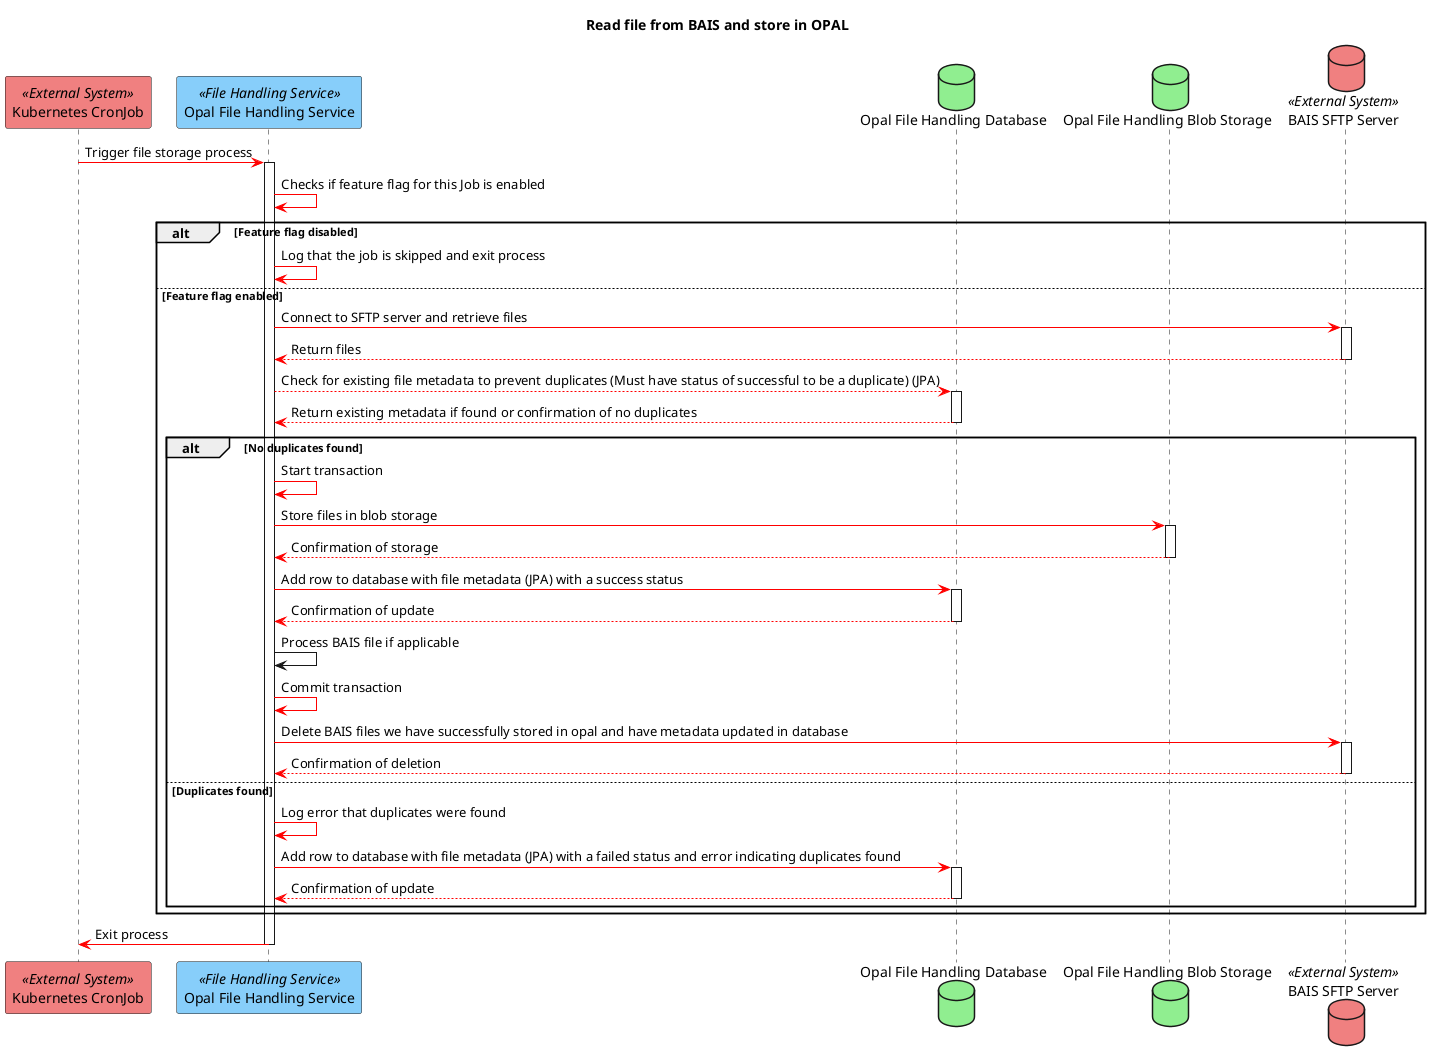
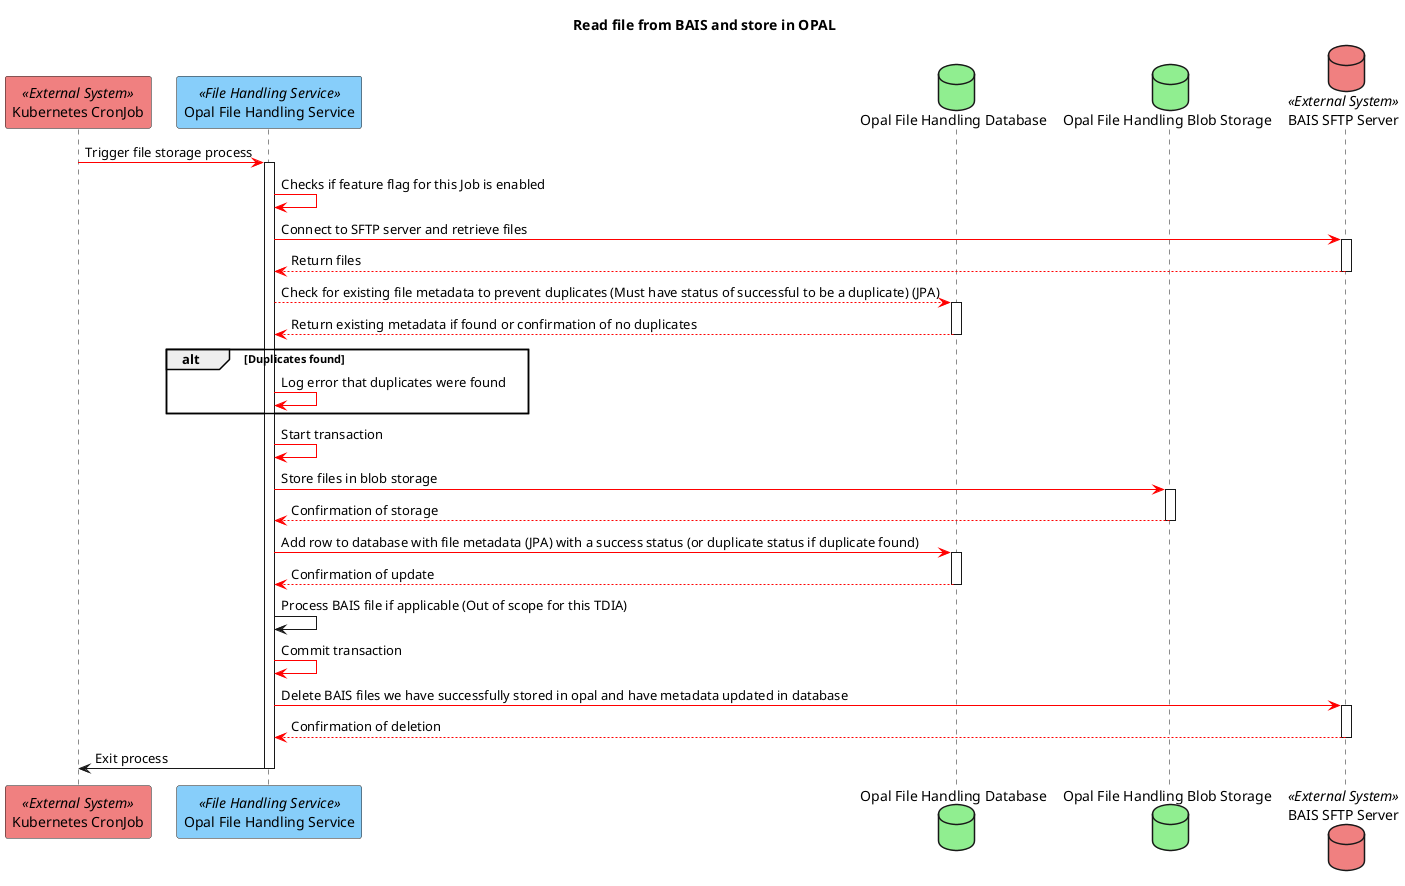
@startuml
title Read file from BAIS and store in OPAL
participant "Kubernetes CronJob" as cronjob <<External System>> #LightCoral
participant "Opal File Handling Service" as fileHandlingService <<File Handling Service>> #LightSkyBlue
database "Opal File Handling Database" as fileHandlingDb #LightGreen
database "Opal File Handling Blob Storage" as fileHandlingBlobStorage #LightGreen
database "BAIS SFTP Server" as baisSftpServer <<External System>> #LightCoral

cronjob -[#red]> fileHandlingService ++ : Trigger file storage process
fileHandlingService -[#red]> fileHandlingService : Checks if feature flag for this Job is enabled
- alt Feature flag disabled
-     fileHandlingService -[#red]> fileHandlingService : Log that the job is skipped and exit process
- else Feature flag enabled
-     fileHandlingService -[#red]> baisSftpServer ++ : Connect to SFTP server and retrieve files
-     baisSftpServer --[#red]> fileHandlingService -- : Return files
-     fileHandlingService --[#red]> fileHandlingDb ++ : Check for existing file metadata to prevent duplicates (Must have status of successful to be a duplicate) (JPA)
-     fileHandlingDb --[#red]> fileHandlingService -- : Return existing metadata if found or confirmation of no duplicates
- 
-     alt No duplicates found
-         fileHandlingService -[#red]> fileHandlingService : Start transaction
-         fileHandlingService -[#red]> fileHandlingBlobStorage ++ : Store files in blob storage
-         fileHandlingBlobStorage --[#red]> fileHandlingService -- : Confirmation of storage
-         fileHandlingService -[#red]> fileHandlingDb ++ : Add row to database with file metadata (JPA) with a success status
-         fileHandlingDb --[#red]> fileHandlingService -- : Confirmation of update
-         fileHandlingService -> fileHandlingService: Process BAIS file if applicable
-         fileHandlingService -[#red]> fileHandlingService : Commit transaction
-         fileHandlingService -[#red]> baisSftpServer ++ : Delete BAIS files we have successfully stored in opal and have metadata updated in database
-         baisSftpServer --[#red]> fileHandlingService -- : Confirmation of deletion
-     else Duplicates found
-         fileHandlingService -[#red]> fileHandlingService : Log error that duplicates were found
-         fileHandlingService -[#red]> fileHandlingDb ++ : Add row to database with file metadata (JPA) with a failed status and error indicating duplicates found
-         fileHandlingDb --[#red]> fileHandlingService -- : Confirmation of update
-     end
+ fileHandlingService -[#red]> baisSftpServer ++ : Connect to SFTP server and retrieve files
+ baisSftpServer -[#red]-> fileHandlingService -- : Return files
+ fileHandlingService -[#red]-> fileHandlingDb ++ : Check for existing file metadata to prevent duplicates (Must have status of successful to be a duplicate) (JPA)
+ fileHandlingDb -[#red]-> fileHandlingService -- : Return existing metadata if found or confirmation of no duplicates
+ alt Duplicates found
+     fileHandlingService -[#red]> fileHandlingService : Log error that duplicates were found
end
- fileHandlingService -[#red]> cronjob -- : Exit process
+ fileHandlingService -[#red]> fileHandlingService : Start transaction
+ fileHandlingService -[#red]> fileHandlingBlobStorage ++ : Store files in blob storage
+ fileHandlingBlobStorage -[#red]-> fileHandlingService -- : Confirmation of storage
+ fileHandlingService -[#red]> fileHandlingDb ++ : Add row to database with file metadata (JPA) with a success status (or duplicate status if duplicate found)
+ fileHandlingDb -[#red]-> fileHandlingService -- : Confirmation of update
+ fileHandlingService -> fileHandlingService: Process BAIS file if applicable (Out of scope for this TDIA)
+ fileHandlingService -[#red]> fileHandlingService : Commit transaction
+ fileHandlingService -[#red]> baisSftpServer ++ : Delete BAIS files we have successfully stored in opal and have metadata updated in database
+ baisSftpServer -[#red]-> fileHandlingService -- : Confirmation of deletion
+ fileHandlingService -> cronjob -- : Exit process
@enduml